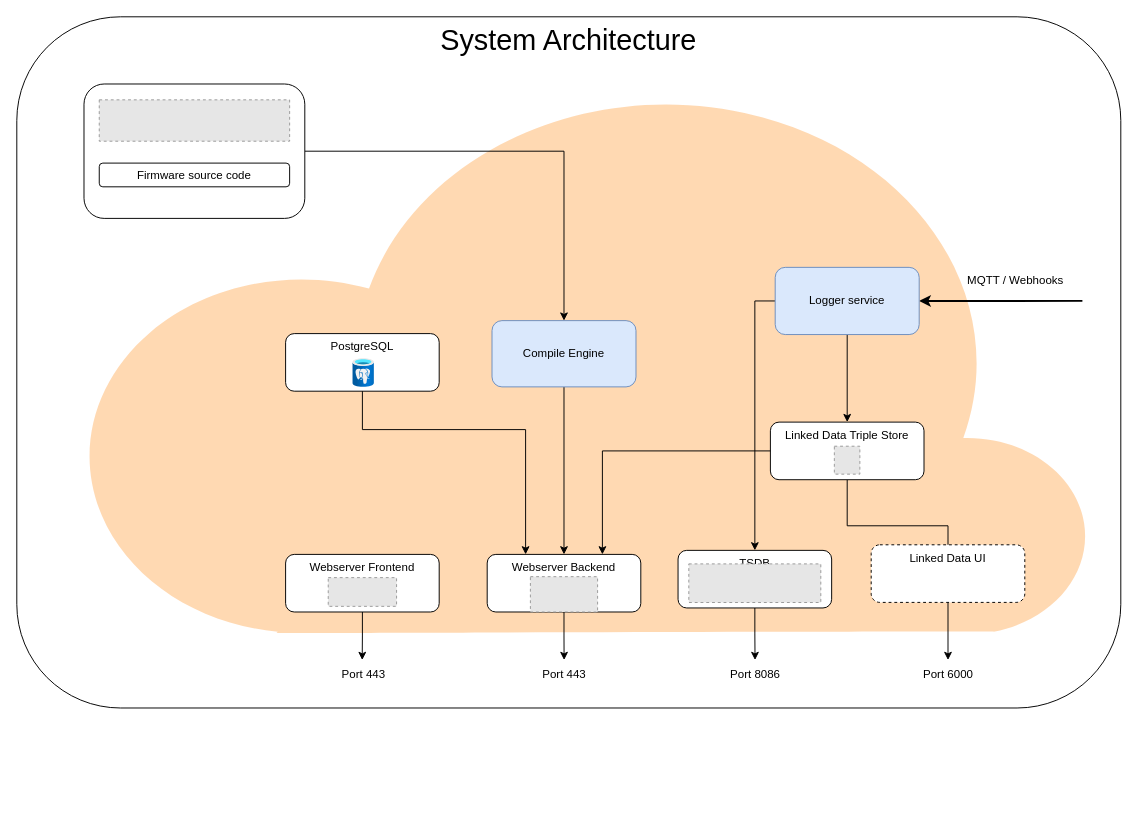
Above: docs/diagrams/system_architecture.drawio in enricocirignaco/infrastructureforsensormanagment (draw.io), before the change. Source tidied: cells renumbered, new cells numbered last; positions are measured from the earlier drawing's top-left corner, leaving out a move shared by most shapes. Both pictures are drawn from the tidied source at 96%, with x=0, y=0 at pixel (16, 16). Pictures stored in the file or linked from it are replaced by grey dashed boxes.
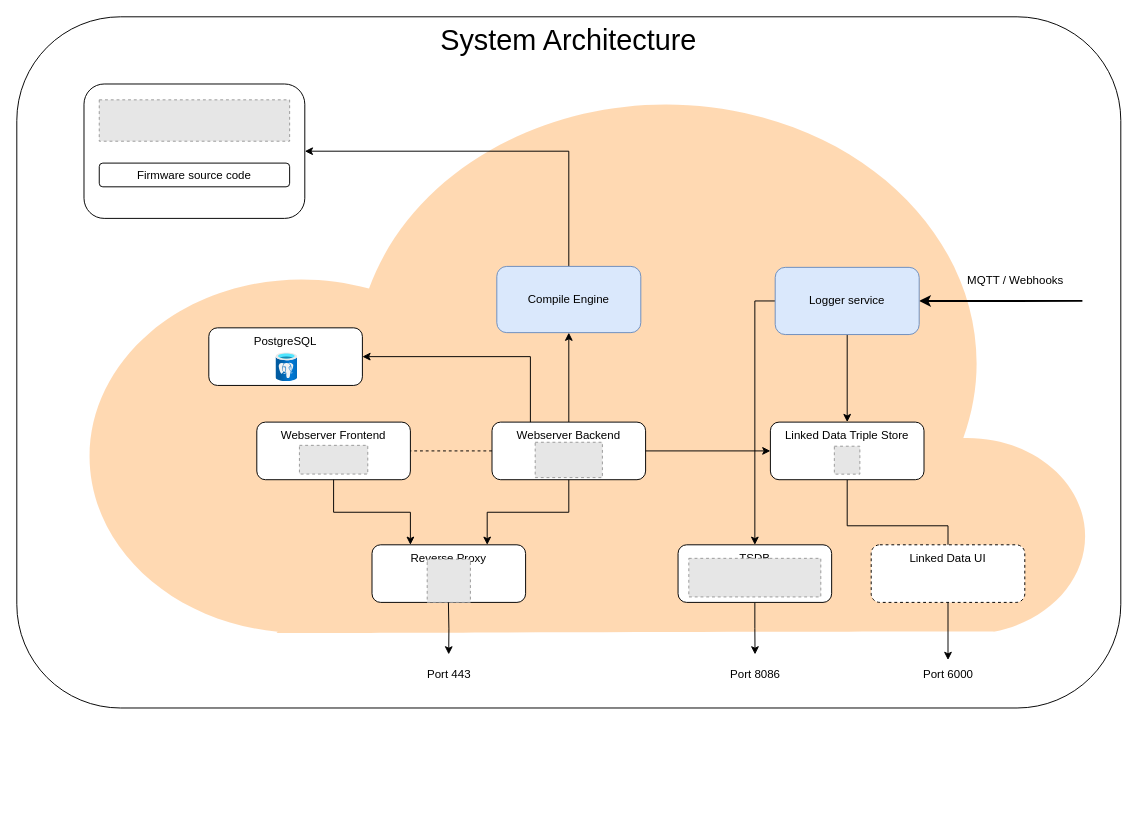
The same page after the edit.

Commit message (it also covers changes not shown here):
diagrams modiffied

Unchanged cells that the change refers to:
```xml
<mxCell id="12" style="rounded=1;whiteSpace=wrap;html=1;" parent="11" vertex="1">
  <mxGeometry width="230" height="140" as="geometry" />
</mxCell>
<mxCell id="17" value="Webserver Frontend" style="rounded=1;whiteSpace=wrap;html=1;verticalAlign=top;" parent="15" vertex="1">
  <mxGeometry width="160" height="60" as="geometry" />
</mxCell>
<mxCell id="22" style="fillColor=#E6E6E6;strokeColor=#999999;dashed=1;verticalLabelPosition=bottom;labelBackgroundColor=default;verticalAlign=top;" parent="19" vertex="1">
  <mxGeometry x="45" y="23.2" width="70" height="36.8" as="geometry" />
</mxCell>
<mxCell id="25" value="Linked Data Triple Store" style="rounded=1;whiteSpace=wrap;html=1;verticalAlign=top;" parent="23" vertex="1">
  <mxGeometry x="38.8" y="10" width="160" height="60" as="geometry" />
</mxCell>
```

What changed in the source:
```diff
@@
-    <mxCell id="4" style="edgeStyle=orthogonalEdgeStyle;rounded=0;jettySize=auto;html=1;exitX=0.5;exitY=1;exitDx=0;exitDy=0;entryX=0.5;entryY=0;entryDx=0;entryDy=0;" parent="1" edge="1" source="6" target="20">
+    <mxCell id="4" style="edgeStyle=orthogonalEdgeStyle;rounded=0;jettySize=auto;html=1;exitX=0.5;exitY=1;exitDx=0;exitDy=0;entryX=0.5;entryY=0;entryDx=0;entryDy=0;startArrow=classic;startFill=1;endArrow=none;endFill=0;" parent="1" edge="1" source="6" target="20">
       <mxGeometry relative="1" as="geometry" />
     </mxCell>
-    <mxCell id="5" style="edgeStyle=orthogonalEdgeStyle;rounded=0;jettySize=auto;html=1;exitX=0.5;exitY=0;exitDx=0;exitDy=0;entryX=1;entryY=0.5;entryDx=0;entryDy=0;startArrow=classic;startFill=1;endArrow=none;endFill=0;" parent="1" edge="1" source="6" target="12">
+    <mxCell id="5" style="edgeStyle=orthogonalEdgeStyle;rounded=0;jettySize=auto;html=1;exitX=0.5;exitY=0;exitDx=0;exitDy=0;entryX=1;entryY=0.5;entryDx=0;entryDy=0;startArrow=none;startFill=0;endArrow=classic;endFill=1;" parent="1" edge="1" source="6" target="12">
       <mxGeometry relative="1" as="geometry" />
     </mxCell>
     <mxCell id="6" value="Compile Engine" style="rounded=1;whiteSpace=wrap;html=1;fillColor=#dae8fc;strokeColor=#6c8ebf;" parent="1" vertex="1">
-      <mxGeometry x="495" y="316.5" width="150" height="69" as="geometry" />
+      <mxGeometry x="500" y="260" width="150" height="69" as="geometry" />
     </mxCell>
@@
     <mxCell id="15" style="group;" parent="1" vertex="1">
-      <mxGeometry x="280" y="560" width="160" height="60" as="geometry" />
+      <mxGeometry x="250" y="422.2" width="160" height="60" as="geometry" />
     </mxCell>
-    <mxCell id="16" style="edgeStyle=orthogonalEdgeStyle;rounded=0;jettySize=auto;html=1;exitX=0.5;exitY=1;exitDx=0;exitDy=0;" parent="15" edge="1" source="17">
-      <mxGeometry relative="1" as="geometry">
-        <mxPoint x="79.8" y="110" as="targetPoint" />
-      </mxGeometry>
-    </mxCell>
@@
     <mxCell id="19" style="group;" parent="1" vertex="1">
-      <mxGeometry x="490" y="560" width="160" height="60" as="geometry" />
+      <mxGeometry x="495" y="420" width="160" height="60" as="geometry" />
     </mxCell>
     <mxCell id="20" value="Webserver Backend" style="rounded=1;whiteSpace=wrap;html=1;verticalAlign=top;" parent="19" vertex="1">
-      <mxGeometry width="160" height="60" as="geometry" />
+      <mxGeometry y="2.2" width="160" height="60" as="geometry" />
     </mxCell>
-    <mxCell id="21" style="edgeStyle=orthogonalEdgeStyle;rounded=0;jettySize=auto;html=1;exitX=0.5;exitY=1;exitDx=0;exitDy=0;" parent="19" edge="1" source="22">
-      <mxGeometry relative="1" as="geometry">
-        <mxPoint x="80.1" y="110" as="targetPoint" />
-      </mxGeometry>
-    </mxCell>
@@
     <mxCell id="28" style="group;" parent="1" vertex="1">
-      <mxGeometry x="688.8" y="555.8" width="160" height="60" as="geometry" />
+      <mxGeometry x="688.8" y="550" width="160" height="60" as="geometry" />
     </mxCell>
@@
-    <mxCell id="33" style="edgeStyle=orthogonalEdgeStyle;rounded=0;jettySize=auto;html=1;exitX=0;exitY=0.5;exitDx=0;exitDy=0;entryX=0.75;entryY=0;entryDx=0;entryDy=0;" parent="1" edge="1" source="25" target="20">
-      <mxGeometry relative="1" as="geometry" />
-    </mxCell>
-    <mxCell id="34" style="group;" parent="1" vertex="1">
-      <mxGeometry x="260" y="670" width="160" height="150.7" as="geometry" />
-    </mxCell>
-    <mxCell id="35" style="group;" parent="34" vertex="1">
-      <mxGeometry x="20" y="-340" width="160" height="60" as="geometry" />
-    </mxCell>
-    <mxCell id="36" value="PostgreSQL" style="rounded=1;whiteSpace=wrap;html=1;verticalAlign=top;" parent="35" vertex="1">
-      <mxGeometry width="160" height="60" as="geometry" />
-    </mxCell>
-    <mxCell id="37" style="image;html=1;align=center;fontSize=12;image=img/lib/azure2/databases/Azure_Database_PostgreSQL_Server.svg;" parent="35" vertex="1">
-      <mxGeometry x="70" y="26" width="22.5" height="30" as="geometry" />
-    </mxCell>
-    <mxCell id="38" value="Port 443" style="text;html=1;align=center;verticalAlign=middle;strokeColor=none;fillColor=none;" parent="34" vertex="1">
-      <mxGeometry x="66.2" width="70" height="30" as="geometry" />
-    </mxCell>
-    <mxCell id="39" style="edgeStyle=orthogonalEdgeStyle;rounded=0;jettySize=auto;html=1;entryX=0.25;entryY=0;entryDx=0;entryDy=0;" parent="1" edge="1" source="36" target="20">
-      <mxGeometry relative="1" as="geometry">
-        <Array as="points">
-          <mxPoint x="360" y="430" />
-          <mxPoint x="530" y="430" />
-        </Array>
-      </mxGeometry>
-    </mxCell>
@@
     <mxCell id="41" value="Port 443" style="text;html=1;align=center;verticalAlign=middle;strokeColor=none;fillColor=none;" parent="1" vertex="1">
-      <mxGeometry x="535" y="670" width="70" height="30" as="geometry" />
+      <mxGeometry x="415" y="670" width="70" height="30" as="geometry" />
     </mxCell>
@@
+    <mxCell id="44" style="group;" parent="1" vertex="1">
+      <mxGeometry x="370" y="550" width="170" height="140" as="geometry" />
+    </mxCell>
+    <mxCell id="45" style="group;" parent="44" vertex="1">
+      <mxGeometry width="160" height="60" as="geometry" />
+    </mxCell>
+    <mxCell id="46" value="Reverse Proxy" style="rounded=1;whiteSpace=wrap;html=1;verticalAlign=top;" parent="45" vertex="1">
+      <mxGeometry width="160" height="60" as="geometry" />
+    </mxCell>
+    <mxCell id="47" style="fillColor=#E6E6E6;strokeColor=#999999;dashed=1;verticalLabelPosition=bottom;labelBackgroundColor=default;verticalAlign=top;" parent="45" vertex="1">
+      <mxGeometry x="57.5" y="15" width="45" height="45" as="geometry" />
+    </mxCell>
+    <mxCell id="48" style="edgeStyle=orthogonalEdgeStyle;rounded=0;jettySize=auto;html=1;entryX=0.75;entryY=0;entryDx=0;entryDy=0;" parent="1" edge="1" source="20" target="46">
+      <mxGeometry relative="1" as="geometry" />
+    </mxCell>
+    <mxCell id="49" style="edgeStyle=orthogonalEdgeStyle;rounded=0;jettySize=auto;html=1;exitX=0.5;exitY=1;exitDx=0;exitDy=0;entryX=0.25;entryY=0;entryDx=0;entryDy=0;" parent="1" edge="1" source="17" target="46">
+      <mxGeometry relative="1" as="geometry" />
+    </mxCell>
+    <mxCell id="35" style="group;" parent="1" vertex="1">
+      <mxGeometry x="200" y="324" width="160" height="60" as="geometry" />
+    </mxCell>
+    <mxCell id="36" value="PostgreSQL" style="rounded=1;whiteSpace=wrap;html=1;verticalAlign=top;" parent="35" vertex="1">
+      <mxGeometry width="160" height="60" as="geometry" />
+    </mxCell>
+    <mxCell id="37" style="image;html=1;align=center;fontSize=12;image=img/lib/azure2/databases/Azure_Database_PostgreSQL_Server.svg;" parent="35" vertex="1">
+      <mxGeometry x="70" y="26" width="22.5" height="30" as="geometry" />
+    </mxCell>
+    <mxCell id="50" style="edgeStyle=orthogonalEdgeStyle;rounded=0;jettySize=auto;html=1;exitX=1;exitY=0.5;exitDx=0;exitDy=0;entryX=0;entryY=0.5;entryDx=0;entryDy=0;" parent="1" edge="1" source="20" target="25">
+      <mxGeometry relative="1" as="geometry" />
+    </mxCell>
+    <mxCell id="51" style="edgeStyle=orthogonalEdgeStyle;rounded=0;orthogonalLoop=1;jettySize=auto;html=1;exitX=0.5;exitY=1;exitDx=0;exitDy=0;" parent="1" edge="1">
+      <mxGeometry relative="1" as="geometry">
+        <mxPoint x="449.6" y="610" as="sourcePoint" />
+        <mxPoint x="449.9" y="664.2" as="targetPoint" />
+      </mxGeometry>
+    </mxCell>
+    <mxCell id="52" style="edgeStyle=orthogonalEdgeStyle;rounded=0;jettySize=auto;html=1;exitX=0.25;exitY=0;exitDx=0;exitDy=0;entryX=1;entryY=0.5;entryDx=0;entryDy=0;" parent="1" edge="1" source="20" target="36">
+      <mxGeometry relative="1" as="geometry" />
+    </mxCell>
+    <mxCell id="53" style="edgeStyle=orthogonalEdgeStyle;rounded=0;jettySize=auto;html=1;entryX=1;entryY=0.5;entryDx=0;entryDy=0;endArrow=none;endFill=0;dashed=1;" parent="1" edge="1" source="20" target="17">
+      <mxGeometry relative="1" as="geometry" />
+    </mxCell>
```
